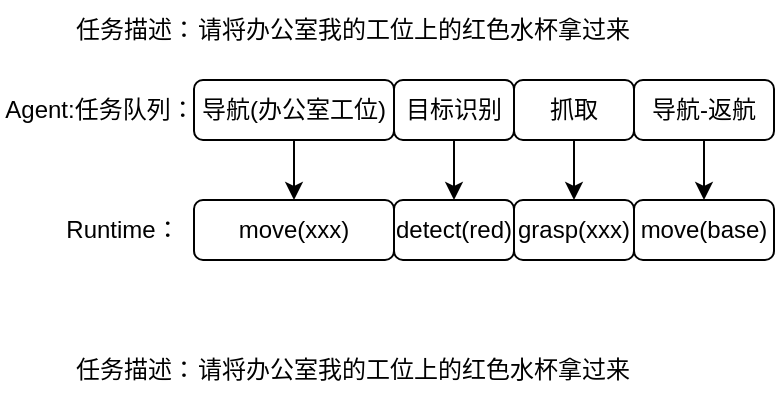
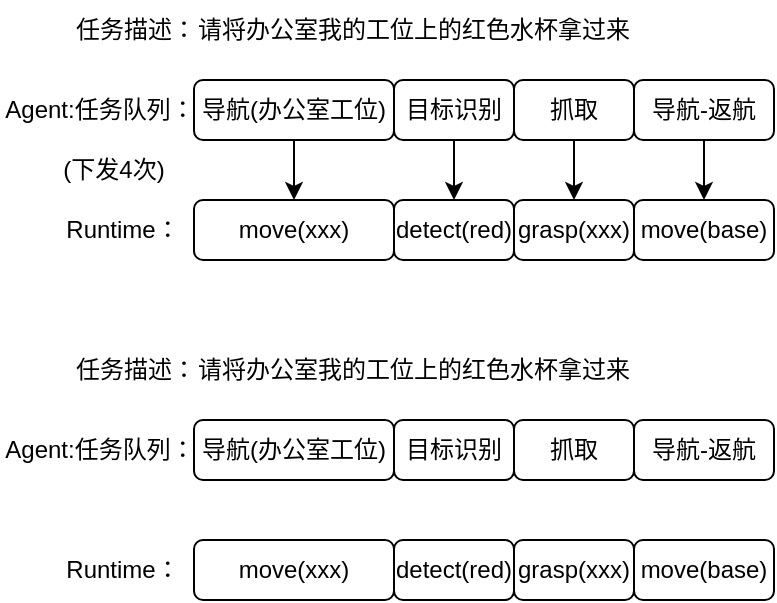
<mxfile host="app.diagrams.net">
  <diagram name="第 1 页" id="AqDmRzZVIJ-5uyctXJOA">
    <mxGraphModel dx="656" dy="360" grid="1" gridSize="10" guides="1" tooltips="1" connect="1" arrows="1" fold="1" page="1" pageScale="1" pageWidth="2339" pageHeight="3300" math="0" shadow="0">
      <root>
        <mxCell id="0" />
        <mxCell id="1" parent="0" />
        <mxCell id="TX6EBbOIm9mCNyf-wsjQ-15" edge="1" parent="1" source="TX6EBbOIm9mCNyf-wsjQ-1" style="edgeStyle=orthogonalEdgeStyle;rounded=0;orthogonalLoop=1;jettySize=auto;html=1;exitX=0.5;exitY=1;exitDx=0;exitDy=0;entryX=0.5;entryY=0;entryDx=0;entryDy=0;" target="TX6EBbOIm9mCNyf-wsjQ-11">
          <mxGeometry relative="1" as="geometry" />
        </mxCell>
        <mxCell id="TX6EBbOIm9mCNyf-wsjQ-1" parent="1" style="rounded=1;whiteSpace=wrap;html=1;" value="导航(办公室工位)" vertex="1">
          <mxGeometry height="30" width="100" x="120" y="370" as="geometry" />
        </mxCell>
        <mxCell id="TX6EBbOIm9mCNyf-wsjQ-2" parent="1" style="text;html=1;whiteSpace=wrap;strokeColor=none;fillColor=none;align=center;verticalAlign=middle;rounded=0;" value="Agent:任务队列：" vertex="1">
          <mxGeometry height="30" width="100" x="23" y="370" as="geometry" />
        </mxCell>
        <mxCell id="TX6EBbOIm9mCNyf-wsjQ-3" parent="1" style="text;html=1;whiteSpace=wrap;strokeColor=none;fillColor=none;align=center;verticalAlign=middle;rounded=0;" value="任务描述：" vertex="1">
          <mxGeometry height="30" width="70" x="56" y="330" as="geometry" />
        </mxCell>
        <mxCell id="TX6EBbOIm9mCNyf-wsjQ-4" parent="1" style="text;html=1;whiteSpace=wrap;strokeColor=none;fillColor=none;align=center;verticalAlign=middle;rounded=0;" value="请将办公室我的工位上的红色水杯拿过来" vertex="1">
          <mxGeometry height="30" width="220" x="120" y="330" as="geometry" />
        </mxCell>
        <mxCell id="TX6EBbOIm9mCNyf-wsjQ-16" edge="1" parent="1" source="TX6EBbOIm9mCNyf-wsjQ-5" style="edgeStyle=orthogonalEdgeStyle;rounded=0;orthogonalLoop=1;jettySize=auto;html=1;exitX=0.5;exitY=1;exitDx=0;exitDy=0;entryX=0.5;entryY=0;entryDx=0;entryDy=0;" target="TX6EBbOIm9mCNyf-wsjQ-12">
          <mxGeometry relative="1" as="geometry" />
        </mxCell>
        <mxCell id="TX6EBbOIm9mCNyf-wsjQ-5" parent="1" style="rounded=1;whiteSpace=wrap;html=1;" value="目标识别" vertex="1">
          <mxGeometry height="30" width="60" x="220" y="370" as="geometry" />
        </mxCell>
        <mxCell id="TX6EBbOIm9mCNyf-wsjQ-17" edge="1" parent="1" source="TX6EBbOIm9mCNyf-wsjQ-6" style="edgeStyle=orthogonalEdgeStyle;rounded=0;orthogonalLoop=1;jettySize=auto;html=1;exitX=0.5;exitY=1;exitDx=0;exitDy=0;entryX=0.5;entryY=0;entryDx=0;entryDy=0;" target="TX6EBbOIm9mCNyf-wsjQ-13">
          <mxGeometry relative="1" as="geometry" />
        </mxCell>
        <mxCell id="TX6EBbOIm9mCNyf-wsjQ-6" parent="1" style="rounded=1;whiteSpace=wrap;html=1;" value="抓取" vertex="1">
          <mxGeometry height="30" width="60" x="280" y="370" as="geometry" />
        </mxCell>
        <mxCell id="TX6EBbOIm9mCNyf-wsjQ-18" edge="1" parent="1" source="TX6EBbOIm9mCNyf-wsjQ-7" style="edgeStyle=orthogonalEdgeStyle;rounded=0;orthogonalLoop=1;jettySize=auto;html=1;exitX=0.5;exitY=1;exitDx=0;exitDy=0;entryX=0.5;entryY=0;entryDx=0;entryDy=0;" target="TX6EBbOIm9mCNyf-wsjQ-14">
          <mxGeometry relative="1" as="geometry" />
        </mxCell>
        <mxCell id="TX6EBbOIm9mCNyf-wsjQ-7" parent="1" style="rounded=1;whiteSpace=wrap;html=1;" value="导航-返航" vertex="1">
          <mxGeometry height="30" width="70" x="340" y="370" as="geometry" />
        </mxCell>
        <mxCell id="TX6EBbOIm9mCNyf-wsjQ-8" parent="1" style="text;html=1;whiteSpace=wrap;strokeColor=none;fillColor=none;align=center;verticalAlign=middle;rounded=0;" value="Runtime：" vertex="1">
          <mxGeometry height="30" width="57" x="56" y="430" as="geometry" />
        </mxCell>
        <mxCell id="TX6EBbOIm9mCNyf-wsjQ-11" parent="1" style="rounded=1;whiteSpace=wrap;html=1;" value="move(xxx)" vertex="1">
          <mxGeometry height="30" width="100" x="120" y="430" as="geometry" />
        </mxCell>
        <mxCell id="TX6EBbOIm9mCNyf-wsjQ-12" parent="1" style="rounded=1;whiteSpace=wrap;html=1;" value="detect(red)" vertex="1">
          <mxGeometry height="30" width="60" x="220" y="430" as="geometry" />
        </mxCell>
        <mxCell id="TX6EBbOIm9mCNyf-wsjQ-13" parent="1" style="rounded=1;whiteSpace=wrap;html=1;" value="grasp(xxx)" vertex="1">
          <mxGeometry height="30" width="60" x="280" y="430" as="geometry" />
        </mxCell>
        <mxCell id="TX6EBbOIm9mCNyf-wsjQ-14" parent="1" style="rounded=1;whiteSpace=wrap;html=1;" value="move(base)" vertex="1">
          <mxGeometry height="30" width="70" x="340" y="430" as="geometry" />
        </mxCell>
        <mxCell id="TX6EBbOIm9mCNyf-wsjQ-19" parent="1" style="text;html=1;whiteSpace=wrap;strokeColor=none;fillColor=none;align=center;verticalAlign=middle;rounded=0;" value="请将办公室我的工位上的红色水杯拿过来" vertex="1">
          <mxGeometry height="30" width="220" x="120" y="500" as="geometry" />
        </mxCell>
        <mxCell id="TX6EBbOIm9mCNyf-wsjQ-20" parent="1" style="text;html=1;whiteSpace=wrap;strokeColor=none;fillColor=none;align=center;verticalAlign=middle;rounded=0;" value="任务描述：" vertex="1">
          <mxGeometry height="30" width="70" x="56" y="500" as="geometry" />
        </mxCell>
+         <mxCell id="TX6EBbOIm9mCNyf-wsjQ-22" parent="1" style="rounded=1;whiteSpace=wrap;html=1;" value="导航(办公室工位)" vertex="1">
+           <mxGeometry height="30" width="100" x="120" y="540" as="geometry" />
+         </mxCell>
+         <mxCell id="TX6EBbOIm9mCNyf-wsjQ-23" parent="1" style="text;html=1;whiteSpace=wrap;strokeColor=none;fillColor=none;align=center;verticalAlign=middle;rounded=0;" value="Agent:任务队列：" vertex="1">
+           <mxGeometry height="30" width="100" x="23" y="540" as="geometry" />
+         </mxCell>
+         <mxCell id="TX6EBbOIm9mCNyf-wsjQ-25" parent="1" style="rounded=1;whiteSpace=wrap;html=1;" value="目标识别" vertex="1">
+           <mxGeometry height="30" width="60" x="220" y="540" as="geometry" />
+         </mxCell>
+         <mxCell id="TX6EBbOIm9mCNyf-wsjQ-27" parent="1" style="rounded=1;whiteSpace=wrap;html=1;" value="抓取" vertex="1">
+           <mxGeometry height="30" width="60" x="280" y="540" as="geometry" />
+         </mxCell>
+         <mxCell id="TX6EBbOIm9mCNyf-wsjQ-29" parent="1" style="rounded=1;whiteSpace=wrap;html=1;" value="导航-返航" vertex="1">
+           <mxGeometry height="30" width="70" x="340" y="540" as="geometry" />
+         </mxCell>
+         <mxCell id="TX6EBbOIm9mCNyf-wsjQ-30" parent="1" style="text;html=1;whiteSpace=wrap;strokeColor=none;fillColor=none;align=center;verticalAlign=middle;rounded=0;" value="Runtime：" vertex="1">
+           <mxGeometry height="30" width="57" x="56" y="600" as="geometry" />
+         </mxCell>
+         <mxCell id="TX6EBbOIm9mCNyf-wsjQ-31" parent="1" style="rounded=1;whiteSpace=wrap;html=1;" value="move(xxx)" vertex="1">
+           <mxGeometry height="30" width="100" x="120" y="600" as="geometry" />
+         </mxCell>
+         <mxCell id="TX6EBbOIm9mCNyf-wsjQ-32" parent="1" style="rounded=1;whiteSpace=wrap;html=1;" value="detect(red)" vertex="1">
+           <mxGeometry height="30" width="60" x="220" y="600" as="geometry" />
+         </mxCell>
+         <mxCell id="TX6EBbOIm9mCNyf-wsjQ-33" parent="1" style="rounded=1;whiteSpace=wrap;html=1;" value="grasp(xxx)" vertex="1">
+           <mxGeometry height="30" width="60" x="280" y="600" as="geometry" />
+         </mxCell>
+         <mxCell id="TX6EBbOIm9mCNyf-wsjQ-34" parent="1" style="rounded=1;whiteSpace=wrap;html=1;" value="move(base)" vertex="1">
+           <mxGeometry height="30" width="70" x="340" y="600" as="geometry" />
+         </mxCell>
+         <mxCell id="TX6EBbOIm9mCNyf-wsjQ-35" parent="1" style="text;html=1;whiteSpace=wrap;strokeColor=none;fillColor=none;align=center;verticalAlign=middle;rounded=0;" value="(下发4次)" vertex="1">
+           <mxGeometry height="30" width="60" x="50" y="400" as="geometry" />
+         </mxCell>
      </root>
    </mxGraphModel>
  </diagram>
</mxfile>
